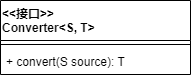
This is wzz-spring/Data type conversion .drawio.png from wsxzei/markdown-photos, a draw.io export, as it was before one commit. Source tidied: cells renumbered, new cells last; positions are measured from the earlier drawing's top-left corner, leaving out a move shared by most shapes.
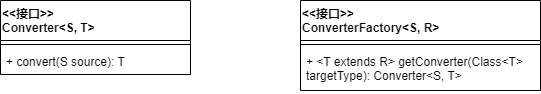
Above is the later version.

What changed in the source:
```diff
@@ -11,5 +11,14 @@
     <mxCell id="4" value="+ convert(S source): T" style="text;strokeColor=none;fillColor=none;align=left;verticalAlign=top;spacingLeft=4;spacingRight=4;overflow=hidden;" parent="2" vertex="1">
       <mxGeometry y="48" width="190" height="26" as="geometry" />
     </mxCell>
+    <mxCell id="5" value="&lt;&lt;接口&gt;&gt;&#10;ConverterFactory&lt;S, R&gt;" style="swimlane;fontStyle=1;align=left;verticalAlign=top;horizontal=1;startSize=40;" parent="1" vertex="1">
+      <mxGeometry x="300" width="240" height="90" as="geometry" />
+    </mxCell>
+    <mxCell id="6" style="line;strokeWidth=1;fillColor=none;align=left;verticalAlign=middle;spacingTop=-1;spacingLeft=3;spacingRight=3;labelPosition=right;" parent="5" vertex="1">
+      <mxGeometry y="40" width="240" height="8" as="geometry" />
+    </mxCell>
+    <mxCell id="7" value="+ &lt;T extends R&gt; getConverter(Class&lt;T&gt; &#10;targetType): Converter&lt;S, T&gt;" style="text;strokeColor=none;fillColor=none;align=left;verticalAlign=top;spacingLeft=4;spacingRight=4;overflow=hidden;" parent="5" vertex="1">
+      <mxGeometry y="48" width="240" height="42" as="geometry" />
+    </mxCell>
   </root>
 </mxGraphModel>
```
